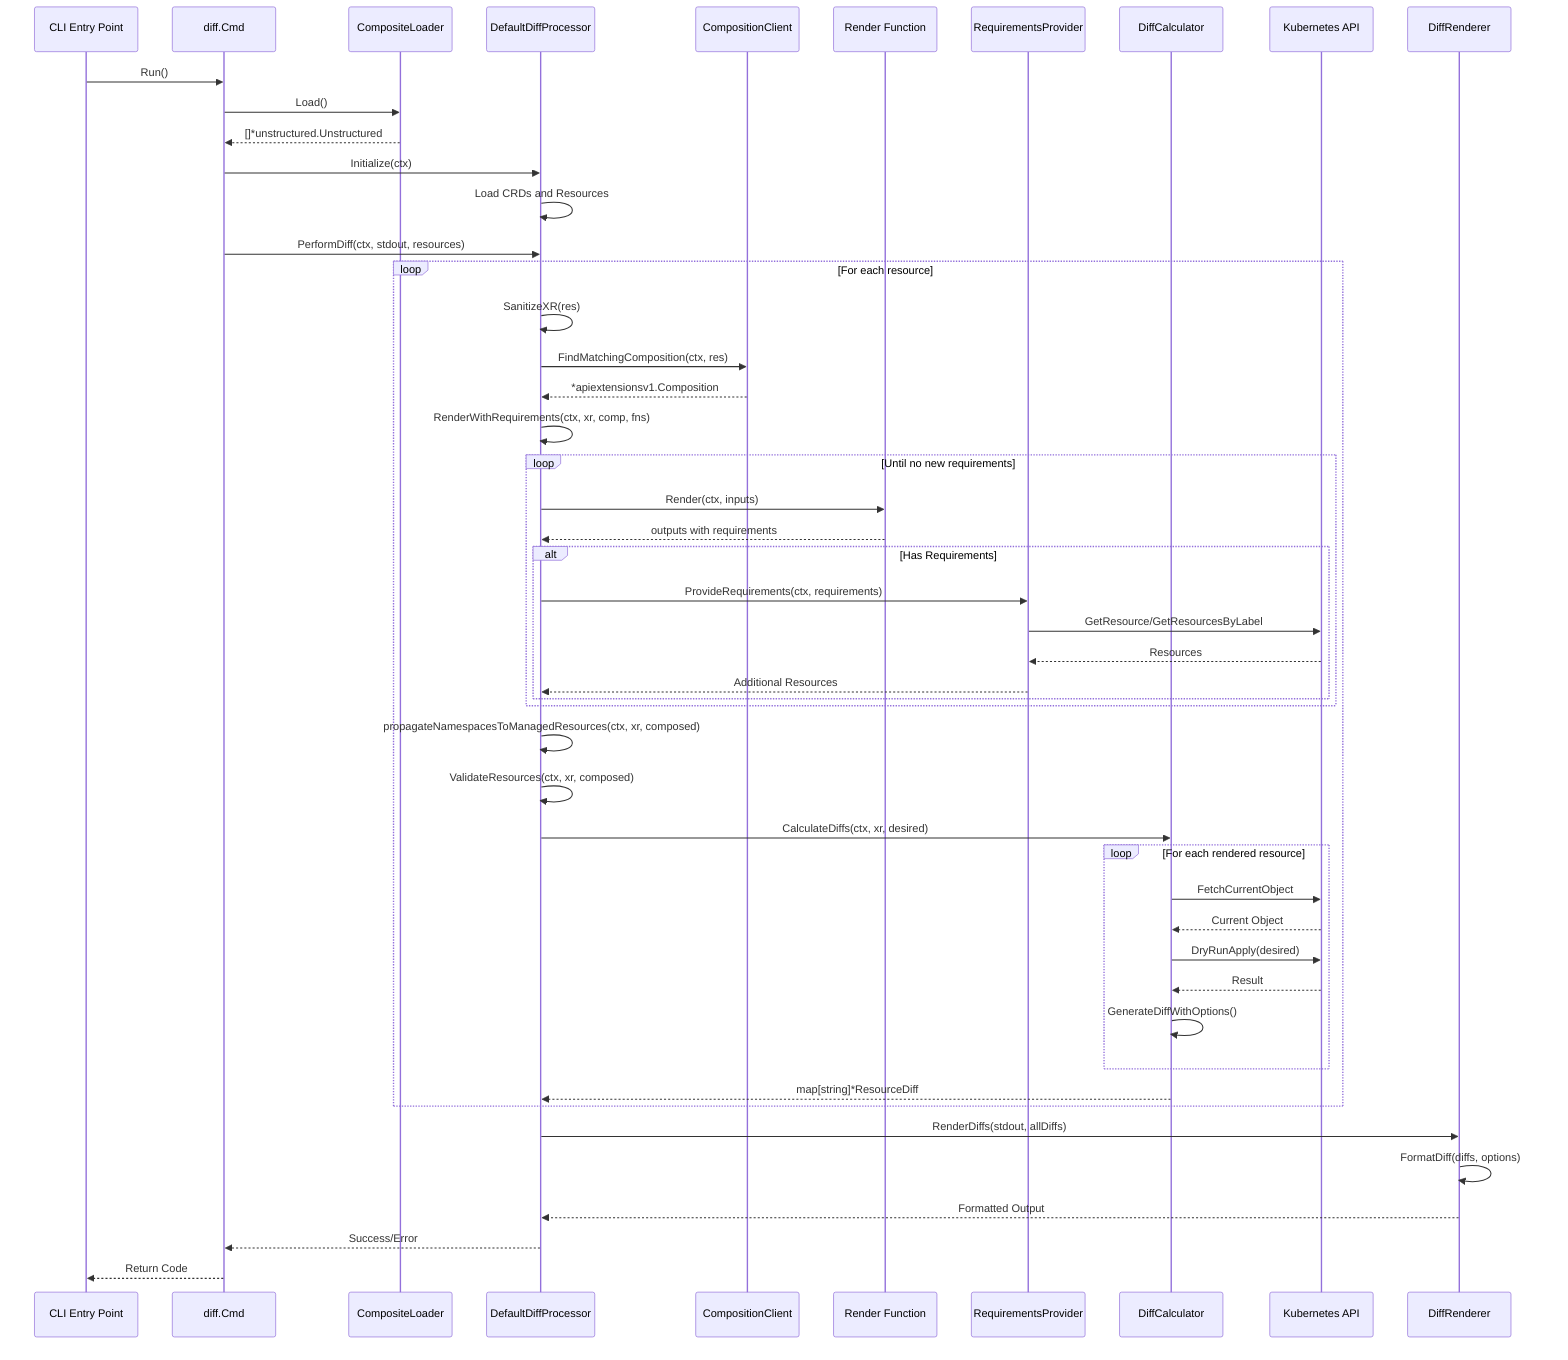
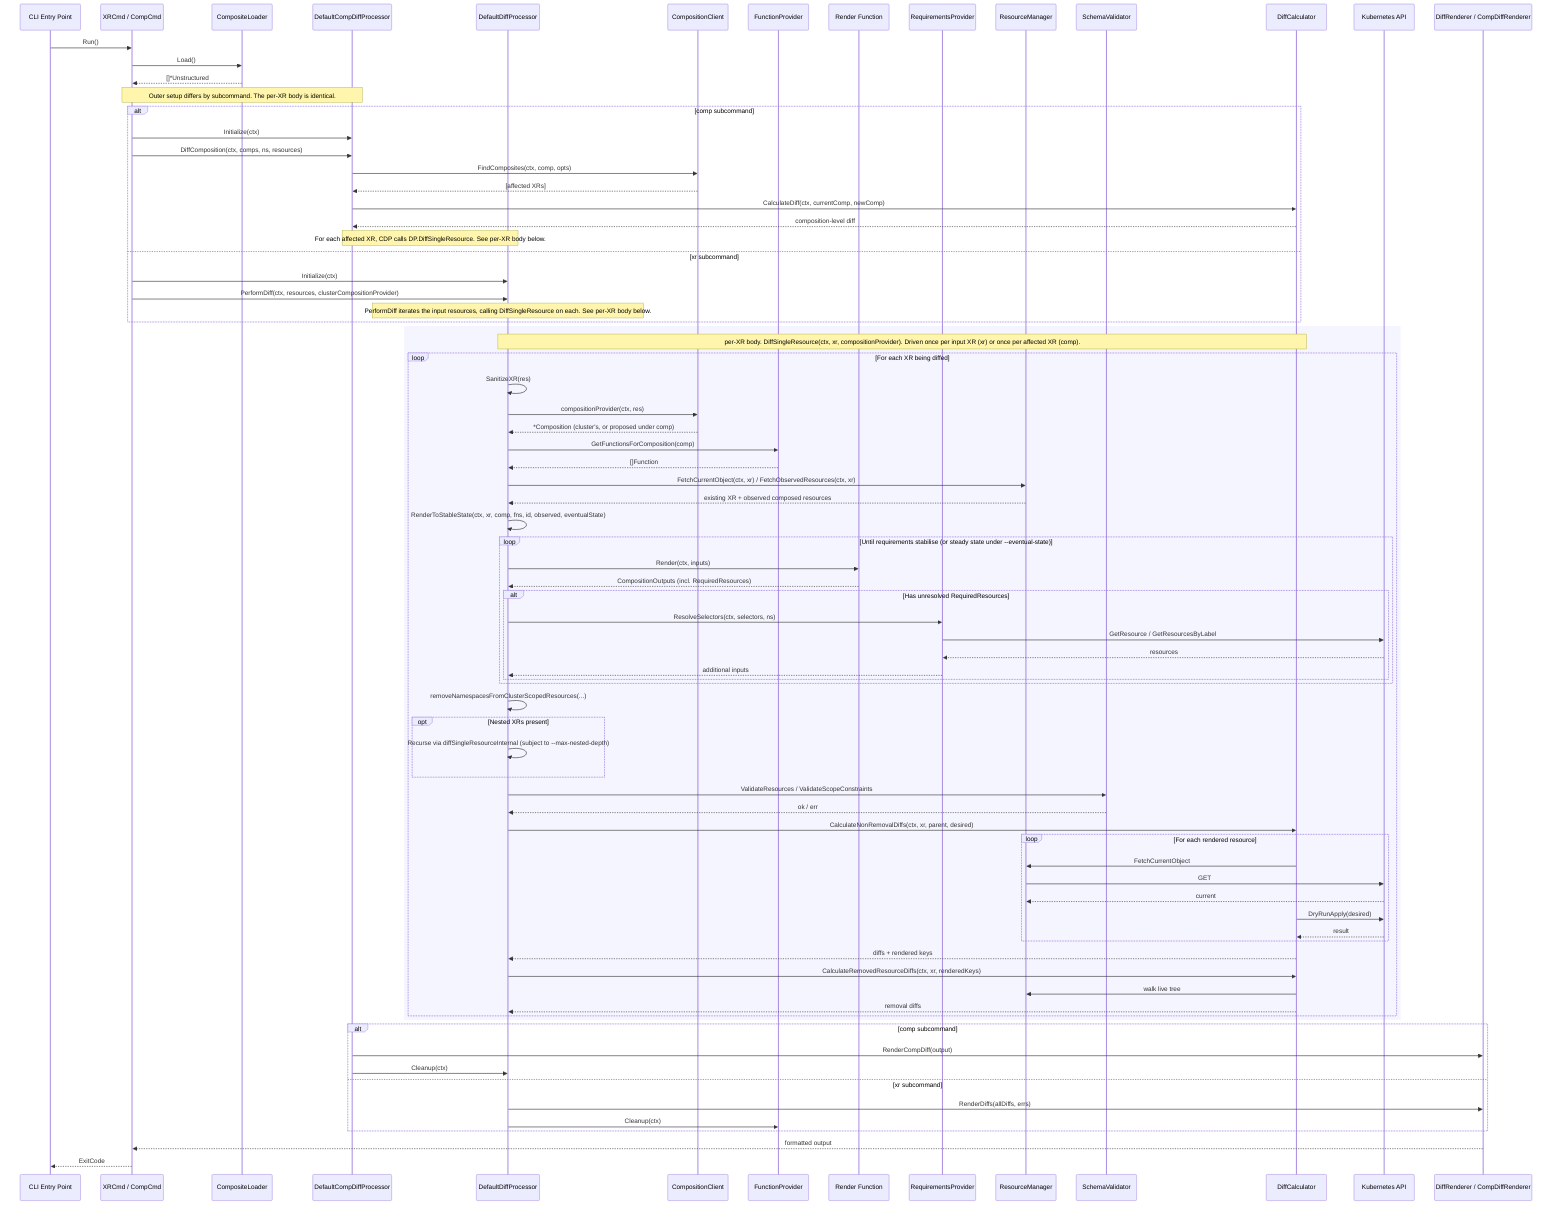
sequenceDiagram
    participant CLI as CLI Entry Point
-     participant Cmd as diff.Cmd
+     participant Cmd as XRCmd / CompCmd
    participant Loader as CompositeLoader
+     participant CDP as DefaultCompDiffProcessor
    participant DP as DefaultDiffProcessor
    participant CompClient as CompositionClient
+     participant FnProv as FunctionProvider
    participant Render as Render Function
    participant ReqProv as RequirementsProvider
+     participant ResMgr as ResourceManager
+     participant Validator as SchemaValidator
    participant DiffCalc as DiffCalculator
    participant K8sAPI as Kubernetes API
-     participant DiffRend as DiffRenderer
+     participant Renderer as DiffRenderer / CompDiffRenderer

    CLI->>Cmd: Run()
    Cmd->>Loader: Load()
-     Loader-->>Cmd: []*unstructured.Unstructured
+     Loader-->>Cmd: []*Unstructured

-     Cmd->>DP: Initialize(ctx)
-     DP->>DP: Load CRDs and Resources
- 
-     Cmd->>DP: PerformDiff(ctx, stdout, resources)
- 
-     loop For each resource
-         DP->>DP: SanitizeXR(res)
-         DP->>CompClient: FindMatchingComposition(ctx, res)
-         CompClient-->>DP: *apiextensionsv1.Composition
- 
-         DP->>DP: RenderWithRequirements(ctx, xr, comp, fns)
- 
-         loop Until no new requirements
-             DP->>Render: Render(ctx, inputs)
-             Render-->>DP: outputs with requirements
- 
-             alt Has Requirements
-                 DP->>ReqProv: ProvideRequirements(ctx, requirements)
-                 ReqProv->>K8sAPI: GetResource/GetResourcesByLabel
-                 K8sAPI-->>ReqProv: Resources
-                 ReqProv-->>DP: Additional Resources
-             end
-         end
- 
-         DP->>DP: propagateNamespacesToManagedResources(ctx, xr, composed)
-         DP->>DP: ValidateResources(ctx, xr, composed)
- 
-         DP->>DiffCalc: CalculateDiffs(ctx, xr, desired)
- 
-         loop For each rendered resource
-             DiffCalc->>K8sAPI: FetchCurrentObject
-             K8sAPI-->>DiffCalc: Current Object
-             DiffCalc->>K8sAPI: DryRunApply(desired)
-             K8sAPI-->>DiffCalc: Result
-             DiffCalc->>DiffCalc: GenerateDiffWithOptions()
-         end
- 
-         DiffCalc-->>DP: map[string]*ResourceDiff
+     Note over Cmd, CDP: Outer setup differs by subcommand. The per-XR body is identical.
+     alt comp subcommand
+         Cmd->>CDP: Initialize(ctx)
+         Cmd->>CDP: DiffComposition(ctx, comps, ns, resources)
+         CDP->>CompClient: FindComposites(ctx, comp, opts)
+         CompClient-->>CDP: [affected XRs]
+         CDP->>DiffCalc: CalculateDiff(ctx, currentComp, newComp)
+         DiffCalc-->>CDP: composition-level diff
+         Note over CDP, DP: For each affected XR, CDP calls DP.DiffSingleResource. See per-XR body below.
+     else xr subcommand
+         Cmd->>DP: Initialize(ctx)
+         Cmd->>DP: PerformDiff(ctx, resources, clusterCompositionProvider)
+         Note over DP: PerformDiff iterates the input resources, calling DiffSingleResource on each. See per-XR body below.
    end

-     DP->>DiffRend: RenderDiffs(stdout, allDiffs)
-     DiffRend->>DiffRend: FormatDiff(diffs, options)
-     DiffRend-->>DP: Formatted Output
+     rect rgb(245, 245, 255)
+         Note over DP, DiffCalc: per-XR body. DiffSingleResource(ctx, xr, compositionProvider). Driven once per input XR (xr) or once per affected XR (comp).
+         loop For each XR being diffed
+             DP->>DP: SanitizeXR(res)
+             DP->>CompClient: compositionProvider(ctx, res)
+             CompClient-->>DP: *Composition (cluster's, or proposed under comp)
+             DP->>FnProv: GetFunctionsForComposition(comp)
+             FnProv-->>DP: []Function
+             DP->>ResMgr: FetchCurrentObject(ctx, xr) / FetchObservedResources(ctx, xr)
+             ResMgr-->>DP: existing XR + observed composed resources

-     DP-->>Cmd: Success/Error
-     Cmd-->>CLI: Return Code
+             DP->>DP: RenderToStableState(ctx, xr, comp, fns, id, observed, eventualState)
+             loop Until requirements stabilise (or steady state under --eventual-state)
+                 DP->>Render: Render(ctx, inputs)
+                 Render-->>DP: CompositionOutputs (incl. RequiredResources)
+                 alt Has unresolved RequiredResources
+                     DP->>ReqProv: ResolveSelectors(ctx, selectors, ns)
+                     ReqProv->>K8sAPI: GetResource / GetResourcesByLabel
+                     K8sAPI-->>ReqProv: resources
+                     ReqProv-->>DP: additional inputs
+                 end
+             end
+ 
+             DP->>DP: removeNamespacesFromClusterScopedResources(...)
+             opt Nested XRs present
+                 DP->>DP: Recurse via diffSingleResourceInternal (subject to --max-nested-depth)
+             end
+             DP->>Validator: ValidateResources / ValidateScopeConstraints
+             Validator-->>DP: ok / err
+ 
+             DP->>DiffCalc: CalculateNonRemovalDiffs(ctx, xr, parent, desired)
+             loop For each rendered resource
+                 DiffCalc->>ResMgr: FetchCurrentObject
+                 ResMgr->>K8sAPI: GET
+                 K8sAPI-->>ResMgr: current
+                 DiffCalc->>K8sAPI: DryRunApply(desired)
+                 K8sAPI-->>DiffCalc: result
+             end
+             DiffCalc-->>DP: diffs + rendered keys
+ 
+             DP->>DiffCalc: CalculateRemovedResourceDiffs(ctx, xr, renderedKeys)
+             DiffCalc->>ResMgr: walk live tree
+             DiffCalc-->>DP: removal diffs
+         end
+     end
+ 
+     alt comp subcommand
+         CDP->>Renderer: RenderCompDiff(output)
+         CDP->>DP: Cleanup(ctx)
+     else xr subcommand
+         DP->>Renderer: RenderDiffs(allDiffs, errs)
+         DP->>FnProv: Cleanup(ctx)
+     end
+ 
+     Renderer-->>Cmd: formatted output
+     Cmd-->>CLI: ExitCode
